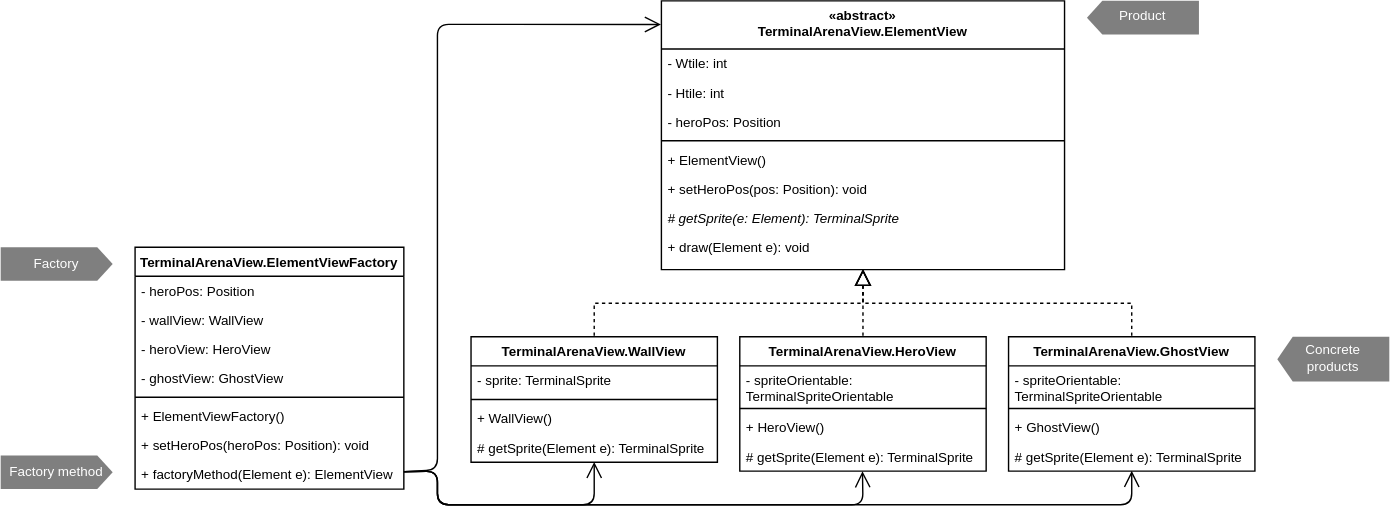
Above: docs/images/factory-elementview.svg in dmfrodrigues/feup-lpoo-proj (draw.io), before the change. Source tidied: cells renumbered, new cells last; positions are measured from the earlier drawing's top-left corner, leaving out a move shared by most shapes.
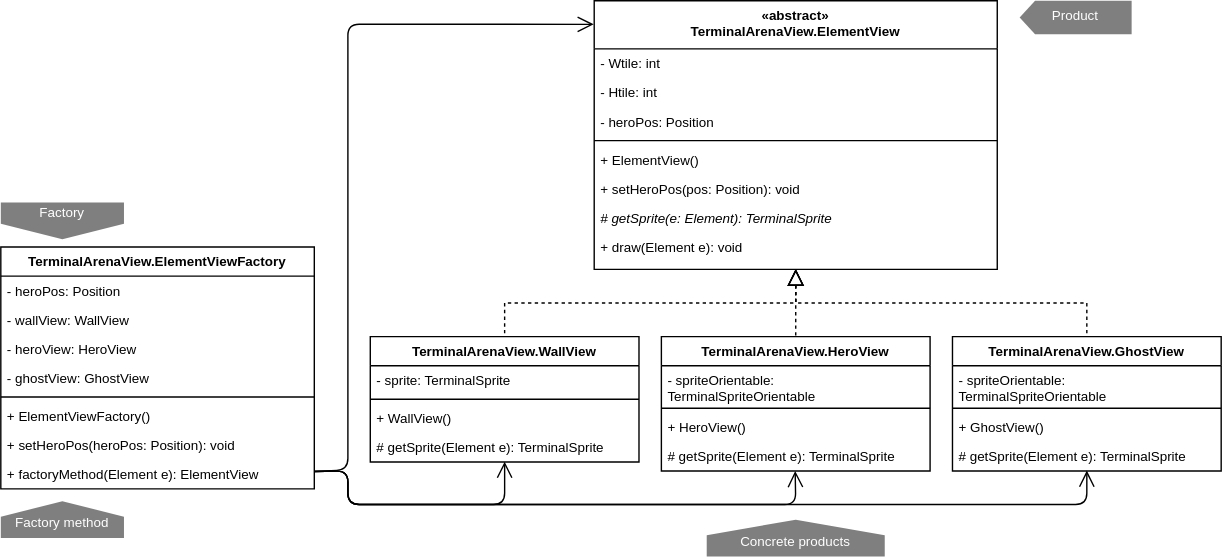
After the change.

What changed in the source:
```diff
@@ -5,7 +5,7 @@
     <mxCell id="2" style="endArrow=none;dashed=1;endFill=0;endSize=12;html=1;startArrow=block;startFill=0;entryX=0.5;entryY=0;entryDx=0;entryDy=0;startSize=12;rounded=0;exitX=0.5;exitY=1;exitDx=0;exitDy=0;" parent="1" edge="1" source="17" target="36">
       <mxGeometry relative="1" as="geometry">
         <Array as="points">
-          <mxPoint x="770" y="270" />
+          <mxPoint x="790" y="270" />
           <mxPoint x="530" y="270" />
         </Array>
       </mxGeometry>
@@ -13,36 +13,30 @@
     <mxCell id="3" style="endArrow=none;dashed=1;endFill=0;endSize=12;html=1;startArrow=block;startFill=0;entryX=0.5;entryY=0;entryDx=0;entryDy=0;startSize=12;rounded=0;exitX=0.5;exitY=1;exitDx=0;exitDy=0;" parent="1" edge="1" source="17" target="26">
       <mxGeometry relative="1" as="geometry">
         <Array as="points">
-          <mxPoint x="770" y="300" />
+          <mxPoint x="790" y="300" />
         </Array>
       </mxGeometry>
     </mxCell>
     <mxCell id="4" style="endArrow=none;dashed=1;endFill=0;endSize=12;html=1;startArrow=block;startFill=0;entryX=0.5;entryY=0;entryDx=0;entryDy=0;startSize=12;rounded=0;" parent="1" edge="1" target="31">
       <mxGeometry relative="1" as="geometry">
-        <mxPoint x="770" y="240" as="sourcePoint" />
+        <mxPoint x="790" y="240" as="sourcePoint" />
         <Array as="points">
-          <mxPoint x="770" y="270" />
-          <mxPoint x="1010" y="270" />
+          <mxPoint x="790" y="270" />
+          <mxPoint x="1050" y="270" />
         </Array>
       </mxGeometry>
     </mxCell>
-    <mxCell id="5" style="html=1;shadow=0;dashed=0;align=center;verticalAlign=middle;shape=mxgraph.arrows2.arrow;dy=0;dx=13.76;notch=0;fillColor=#7F7F7F;strokeColor=none;fontColor=#FFFFFF;" parent="1" vertex="1">
-      <mxGeometry y="220" width="100" height="30" as="geometry" />
+    <mxCell id="5" style="html=1;shadow=0;dashed=0;align=center;verticalAlign=middle;shape=mxgraph.arrows2.arrow;dy=0;dx=13.76;notch=0;fillColor=#7F7F7F;strokeColor=none;fontColor=#FFFFFF;rotation=90;" parent="1" vertex="1">
+      <mxGeometry x="118.6" y="141.6" width="32.8" height="110" as="geometry" />
     </mxCell>
     <mxCell id="6" value="Factory" style="text;html=1;strokeColor=none;fillColor=none;align=center;verticalAlign=middle;whiteSpace=wrap;rounded=0;fontColor=#FFFFFF;" parent="1" vertex="1">
-      <mxGeometry y="220" width="100" height="30" as="geometry" />
+      <mxGeometry x="80" y="180" width="110" height="20" as="geometry" />
     </mxCell>
-    <mxCell id="7" style="html=1;shadow=0;dashed=0;align=center;verticalAlign=middle;shape=mxgraph.arrows2.arrow;dy=0;dx=13.76;notch=0;fillColor=#7F7F7F;strokeColor=none;fontColor=#FFFFFF;rotation=-180;" parent="1" vertex="1">
-      <mxGeometry x="1140" y="300" width="100" height="40" as="geometry" />
-    </mxCell>
-    <mxCell id="8" value="&lt;div&gt;Concrete&lt;/div&gt;&lt;div&gt; products&lt;/div&gt;" style="text;html=1;strokeColor=none;fillColor=none;align=center;verticalAlign=middle;whiteSpace=wrap;rounded=0;fontColor=#FFFFFF;spacingBottom=3;" parent="1" vertex="1">
-      <mxGeometry x="1140" y="300" width="100" height="40" as="geometry" />
-    </mxCell>
     <mxCell id="9" style="html=1;shadow=0;dashed=0;align=center;verticalAlign=middle;shape=mxgraph.arrows2.arrow;dy=0;dx=13.76;notch=0;fillColor=#7F7F7F;strokeColor=none;fontColor=#FFFFFF;rotation=-180;" parent="1" vertex="1">
-      <mxGeometry x="970" width="100" height="30" as="geometry" />
+      <mxGeometry x="990" width="100" height="30" as="geometry" />
     </mxCell>
     <mxCell id="10" value="Product" style="text;html=1;strokeColor=none;fillColor=none;align=center;verticalAlign=middle;whiteSpace=wrap;rounded=0;fontColor=#FFFFFF;spacingBottom=3;" parent="1" vertex="1">
-      <mxGeometry x="970" width="100" height="30" as="geometry" />
+      <mxGeometry x="990" width="100" height="30" as="geometry" />
     </mxCell>
     <mxCell id="11" style="endArrow=open;endFill=1;endSize=12;html=1;exitX=1;exitY=0.399;exitDx=0;exitDy=0;entryX=-0.002;entryY=0.088;entryDx=0;entryDy=0;entryPerimeter=0;exitPerimeter=0;" parent="1" edge="1" source="49" target="17">
       <mxGeometry relative="1" as="geometry">
@@ -66,7 +60,7 @@
         <Array as="points">
           <mxPoint x="390" y="420" />
           <mxPoint x="390" y="450" />
-          <mxPoint x="770" y="450" />
+          <mxPoint x="790" y="450" />
         </Array>
       </mxGeometry>
     </mxCell>
@@ -75,18 +69,51 @@
         <Array as="points">
           <mxPoint x="390" y="420" />
           <mxPoint x="390" y="450" />
-          <mxPoint x="1010" y="450" />
+          <mxPoint x="1050" y="450" />
         </Array>
       </mxGeometry>
     </mxCell>
-    <mxCell id="15" style="html=1;shadow=0;dashed=0;align=center;verticalAlign=middle;shape=mxgraph.arrows2.arrow;dy=0;dx=13.76;notch=0;fillColor=#7F7F7F;strokeColor=none;fontColor=#FFFFFF;" parent="1" vertex="1">
-      <mxGeometry y="406" width="100" height="30" as="geometry" />
-    </mxCell>
+    <mxCell id="41" value="TerminalArenaView.ElementViewFactory" style="swimlane;fontStyle=1;align=center;verticalAlign=top;horizontal=1;startSize=26;" parent="1" vertex="1">
+      <mxGeometry x="80" y="220" width="280" height="216" as="geometry" />
+    </mxCell>
+    <mxCell id="42" value="- heroPos: Position" style="text;strokeColor=none;fillColor=none;align=left;verticalAlign=top;spacingLeft=4;spacingRight=4;overflow=hidden;" parent="41" vertex="1">
+      <mxGeometry y="26" width="280" height="26" as="geometry" />
+    </mxCell>
+    <mxCell id="43" value="- wallView: WallView" style="text;strokeColor=none;fillColor=none;align=left;verticalAlign=top;spacingLeft=4;spacingRight=4;overflow=hidden;" parent="41" vertex="1">
+      <mxGeometry y="52" width="280" height="26" as="geometry" />
+    </mxCell>
+    <mxCell id="44" value="- heroView: HeroView" style="text;strokeColor=none;fillColor=none;align=left;verticalAlign=top;spacingLeft=4;spacingRight=4;overflow=hidden;" parent="41" vertex="1">
+      <mxGeometry y="78" width="280" height="26" as="geometry" />
+    </mxCell>
+    <mxCell id="45" value="- ghostView: GhostView" style="text;strokeColor=none;fillColor=none;align=left;verticalAlign=top;spacingLeft=4;spacingRight=4;overflow=hidden;" parent="41" vertex="1">
+      <mxGeometry y="104" width="280" height="26" as="geometry" />
+    </mxCell>
+    <mxCell id="46" style="line;strokeWidth=1;fillColor=none;align=left;verticalAlign=middle;spacingTop=-1;spacingLeft=3;spacingRight=3;labelPosition=right;" parent="41" vertex="1">
+      <mxGeometry y="130" width="280" height="8" as="geometry" />
+    </mxCell>
+    <mxCell id="47" value="+ ElementViewFactory()" style="text;strokeColor=none;fillColor=none;align=left;verticalAlign=top;spacingLeft=4;spacingRight=4;overflow=hidden;" parent="41" vertex="1">
+      <mxGeometry y="138" width="280" height="26" as="geometry" />
+    </mxCell>
+    <mxCell id="48" value="+ setHeroPos(heroPos: Position): void" style="text;strokeColor=none;fillColor=none;align=left;verticalAlign=top;spacingLeft=4;spacingRight=4;overflow=hidden;" parent="41" vertex="1">
+      <mxGeometry y="164" width="280" height="26" as="geometry" />
+    </mxCell>
+    <mxCell id="49" value="+ factoryMethod(Element e): ElementView" style="text;strokeColor=none;fillColor=none;align=left;verticalAlign=top;spacingLeft=4;spacingRight=4;overflow=hidden;points=[[0,0.5],[1,0.5]];portConstraint=eastwest;" parent="41" vertex="1">
+      <mxGeometry y="190" width="280" height="26" as="geometry" />
+    </mxCell>
+    <mxCell id="50" style="html=1;shadow=0;dashed=0;align=center;verticalAlign=middle;shape=mxgraph.arrows2.arrow;dy=0;dx=13.76;notch=0;fillColor=#7F7F7F;strokeColor=none;fontColor=#FFFFFF;rotation=-90;" parent="1" vertex="1">
+      <mxGeometry x="118.6" y="408.5" width="32.8" height="110" as="geometry" />
+    </mxCell>
     <mxCell id="16" value="Factory method" style="text;html=1;strokeColor=none;fillColor=none;align=center;verticalAlign=middle;whiteSpace=wrap;rounded=0;fontColor=#FFFFFF;" parent="1" vertex="1">
-      <mxGeometry y="406" width="100" height="30" as="geometry" />
+      <mxGeometry x="80" y="456.5" width="110" height="20" as="geometry" />
     </mxCell>
+    <mxCell id="51" style="html=1;shadow=0;dashed=0;align=center;verticalAlign=middle;shape=mxgraph.arrows2.arrow;dy=0;dx=13.76;notch=0;fillColor=#7F7F7F;strokeColor=none;fontColor=#FFFFFF;rotation=-90;" parent="1" vertex="1">
+      <mxGeometry x="773.6" y="400.5" width="32.8" height="159" as="geometry" />
+    </mxCell>
+    <mxCell id="8" value="Concrete products" style="text;html=1;strokeColor=none;fillColor=none;align=center;verticalAlign=middle;whiteSpace=wrap;rounded=0;fontColor=#FFFFFF;" parent="1" vertex="1">
+      <mxGeometry x="735" y="474" width="110" height="20" as="geometry" />
+    </mxCell>
     <mxCell id="17" value="«abstract»&#10;TerminalArenaView.ElementView" style="swimlane;fontStyle=1;align=center;verticalAlign=top;horizontal=1;startSize=43;rounded=0;shadow=0;strokeWidth=1;" parent="1" vertex="1">
-      <mxGeometry x="590" width="360" height="240" as="geometry" />
+      <mxGeometry x="610" width="360" height="240" as="geometry" />
     </mxCell>
     <mxCell id="18" value="- Wtile: int" style="text;align=left;verticalAlign=top;spacingLeft=4;spacingRight=4;overflow=hidden;fontStyle=0;" parent="17" vertex="1">
       <mxGeometry y="43" width="360" height="26" as="geometry" />
@@ -113,76 +140,49 @@
       <mxGeometry y="207" width="360" height="26" as="geometry" />
     </mxCell>
     <mxCell id="26" value="TerminalArenaView.HeroView" style="swimlane;fontStyle=1;align=center;verticalAlign=top;horizontal=1;startSize=26;" parent="1" vertex="1">
-      <mxGeometry x="660" y="300" width="220" height="120" as="geometry" />
+      <mxGeometry x="670" y="300" width="240" height="120" as="geometry" />
     </mxCell>
     <mxCell id="27" value="- spriteOrientable:&#10;TerminalSpriteOrientable" style="text;strokeColor=none;fillColor=none;align=left;verticalAlign=top;spacingLeft=4;spacingRight=4;overflow=hidden;" parent="26" vertex="1">
-      <mxGeometry y="26" width="220" height="34" as="geometry" />
+      <mxGeometry y="26" width="240" height="34" as="geometry" />
     </mxCell>
     <mxCell id="28" style="line;strokeWidth=1;fillColor=none;align=left;verticalAlign=middle;spacingTop=-1;spacingLeft=3;spacingRight=3;labelPosition=right;" parent="26" vertex="1">
-      <mxGeometry y="60" width="220" height="8" as="geometry" />
+      <mxGeometry y="60" width="240" height="8" as="geometry" />
     </mxCell>
     <mxCell id="29" value="+ HeroView()" style="text;strokeColor=none;fillColor=none;align=left;verticalAlign=top;spacingLeft=4;spacingRight=4;overflow=hidden;" parent="26" vertex="1">
-      <mxGeometry y="68" width="220" height="26" as="geometry" />
+      <mxGeometry y="68" width="240" height="26" as="geometry" />
     </mxCell>
     <mxCell id="30" value="# getSprite(Element e): TerminalSprite" style="text;strokeColor=none;fillColor=none;align=left;verticalAlign=top;spacingLeft=4;spacingRight=4;overflow=hidden;points=[[0,0.5],[1,0.5]];portConstraint=eastwest;" parent="26" vertex="1">
-      <mxGeometry y="94" width="220" height="26" as="geometry" />
+      <mxGeometry y="94" width="240" height="26" as="geometry" />
     </mxCell>
     <mxCell id="31" value="TerminalArenaView.GhostView" style="swimlane;fontStyle=1;align=center;verticalAlign=top;horizontal=1;startSize=26;" parent="1" vertex="1">
-      <mxGeometry x="900" y="300" width="220" height="120" as="geometry" />
+      <mxGeometry x="930" y="300" width="240" height="120" as="geometry" />
     </mxCell>
     <mxCell id="32" value="- spriteOrientable:&#10;TerminalSpriteOrientable" style="text;strokeColor=none;fillColor=none;align=left;verticalAlign=top;spacingLeft=4;spacingRight=4;overflow=hidden;" parent="31" vertex="1">
-      <mxGeometry y="26" width="220" height="34" as="geometry" />
+      <mxGeometry y="26" width="240" height="34" as="geometry" />
     </mxCell>
     <mxCell id="33" style="line;strokeWidth=1;fillColor=none;align=left;verticalAlign=middle;spacingTop=-1;spacingLeft=3;spacingRight=3;labelPosition=right;" parent="31" vertex="1">
-      <mxGeometry y="60" width="220" height="8" as="geometry" />
+      <mxGeometry y="60" width="240" height="8" as="geometry" />
     </mxCell>
     <mxCell id="34" value="+ GhostView()" style="text;strokeColor=none;fillColor=none;align=left;verticalAlign=top;spacingLeft=4;spacingRight=4;overflow=hidden;" parent="31" vertex="1">
-      <mxGeometry y="68" width="220" height="26" as="geometry" />
+      <mxGeometry y="68" width="240" height="26" as="geometry" />
     </mxCell>
     <mxCell id="35" value="# getSprite(Element e): TerminalSprite" style="text;strokeColor=none;fillColor=none;align=left;verticalAlign=top;spacingLeft=4;spacingRight=4;overflow=hidden;points=[[0,0.5],[1,0.5]];portConstraint=eastwest;" parent="31" vertex="1">
-      <mxGeometry y="94" width="220" height="26" as="geometry" />
+      <mxGeometry y="94" width="240" height="26" as="geometry" />
     </mxCell>
     <mxCell id="36" value="TerminalArenaView.WallView" style="swimlane;fontStyle=1;align=center;verticalAlign=top;horizontal=1;startSize=26;" parent="1" vertex="1">
-      <mxGeometry x="420" y="300" width="220" height="112" as="geometry" />
+      <mxGeometry x="410" y="300" width="240" height="112" as="geometry" />
     </mxCell>
     <mxCell id="37" value="- sprite: TerminalSprite" style="text;strokeColor=none;fillColor=none;align=left;verticalAlign=top;spacingLeft=4;spacingRight=4;overflow=hidden;" parent="36" vertex="1">
-      <mxGeometry y="26" width="220" height="26" as="geometry" />
+      <mxGeometry y="26" width="240" height="26" as="geometry" />
     </mxCell>
     <mxCell id="38" style="line;strokeWidth=1;fillColor=none;align=left;verticalAlign=middle;spacingTop=-1;spacingLeft=3;spacingRight=3;labelPosition=right;" parent="36" vertex="1">
-      <mxGeometry y="52" width="220" height="8" as="geometry" />
+      <mxGeometry y="52" width="240" height="8" as="geometry" />
     </mxCell>
     <mxCell id="39" value="+ WallView()" style="text;strokeColor=none;fillColor=none;align=left;verticalAlign=top;spacingLeft=4;spacingRight=4;overflow=hidden;" parent="36" vertex="1">
-      <mxGeometry y="60" width="220" height="26" as="geometry" />
+      <mxGeometry y="60" width="240" height="26" as="geometry" />
     </mxCell>
     <mxCell id="40" value="# getSprite(Element e): TerminalSprite" style="text;strokeColor=none;fillColor=none;align=left;verticalAlign=top;spacingLeft=4;spacingRight=4;overflow=hidden;" parent="36" vertex="1">
-      <mxGeometry y="86" width="220" height="26" as="geometry" />
+      <mxGeometry y="86" width="240" height="26" as="geometry" />
     </mxCell>
-    <mxCell id="41" value="TerminalArenaView.ElementViewFactory" style="swimlane;fontStyle=1;align=center;verticalAlign=top;horizontal=1;startSize=26;" parent="1" vertex="1">
-      <mxGeometry x="120" y="220" width="240" height="216" as="geometry" />
-    </mxCell>
-    <mxCell id="42" value="- heroPos: Position" style="text;strokeColor=none;fillColor=none;align=left;verticalAlign=top;spacingLeft=4;spacingRight=4;overflow=hidden;" parent="41" vertex="1">
-      <mxGeometry y="26" width="240" height="26" as="geometry" />
-    </mxCell>
-    <mxCell id="43" value="- wallView: WallView" style="text;strokeColor=none;fillColor=none;align=left;verticalAlign=top;spacingLeft=4;spacingRight=4;overflow=hidden;" parent="41" vertex="1">
-      <mxGeometry y="52" width="240" height="26" as="geometry" />
-    </mxCell>
-    <mxCell id="44" value="- heroView: HeroView" style="text;strokeColor=none;fillColor=none;align=left;verticalAlign=top;spacingLeft=4;spacingRight=4;overflow=hidden;" parent="41" vertex="1">
-      <mxGeometry y="78" width="240" height="26" as="geometry" />
-    </mxCell>
-    <mxCell id="45" value="- ghostView: GhostView" style="text;strokeColor=none;fillColor=none;align=left;verticalAlign=top;spacingLeft=4;spacingRight=4;overflow=hidden;" parent="41" vertex="1">
-      <mxGeometry y="104" width="240" height="26" as="geometry" />
-    </mxCell>
-    <mxCell id="46" style="line;strokeWidth=1;fillColor=none;align=left;verticalAlign=middle;spacingTop=-1;spacingLeft=3;spacingRight=3;labelPosition=right;" parent="41" vertex="1">
-      <mxGeometry y="130" width="240" height="8" as="geometry" />
-    </mxCell>
-    <mxCell id="47" value="+ ElementViewFactory()" style="text;strokeColor=none;fillColor=none;align=left;verticalAlign=top;spacingLeft=4;spacingRight=4;overflow=hidden;" parent="41" vertex="1">
-      <mxGeometry y="138" width="240" height="26" as="geometry" />
-    </mxCell>
-    <mxCell id="48" value="+ setHeroPos(heroPos: Position): void" style="text;strokeColor=none;fillColor=none;align=left;verticalAlign=top;spacingLeft=4;spacingRight=4;overflow=hidden;" parent="41" vertex="1">
-      <mxGeometry y="164" width="240" height="26" as="geometry" />
-    </mxCell>
-    <mxCell id="49" value="+ factoryMethod(Element e): ElementView" style="text;strokeColor=none;fillColor=none;align=left;verticalAlign=top;spacingLeft=4;spacingRight=4;overflow=hidden;points=[[0,0.5],[1,0.5]];portConstraint=eastwest;" parent="41" vertex="1">
-      <mxGeometry y="190" width="240" height="26" as="geometry" />
-    </mxCell>
   </root>
 </mxGraphModel>
```
